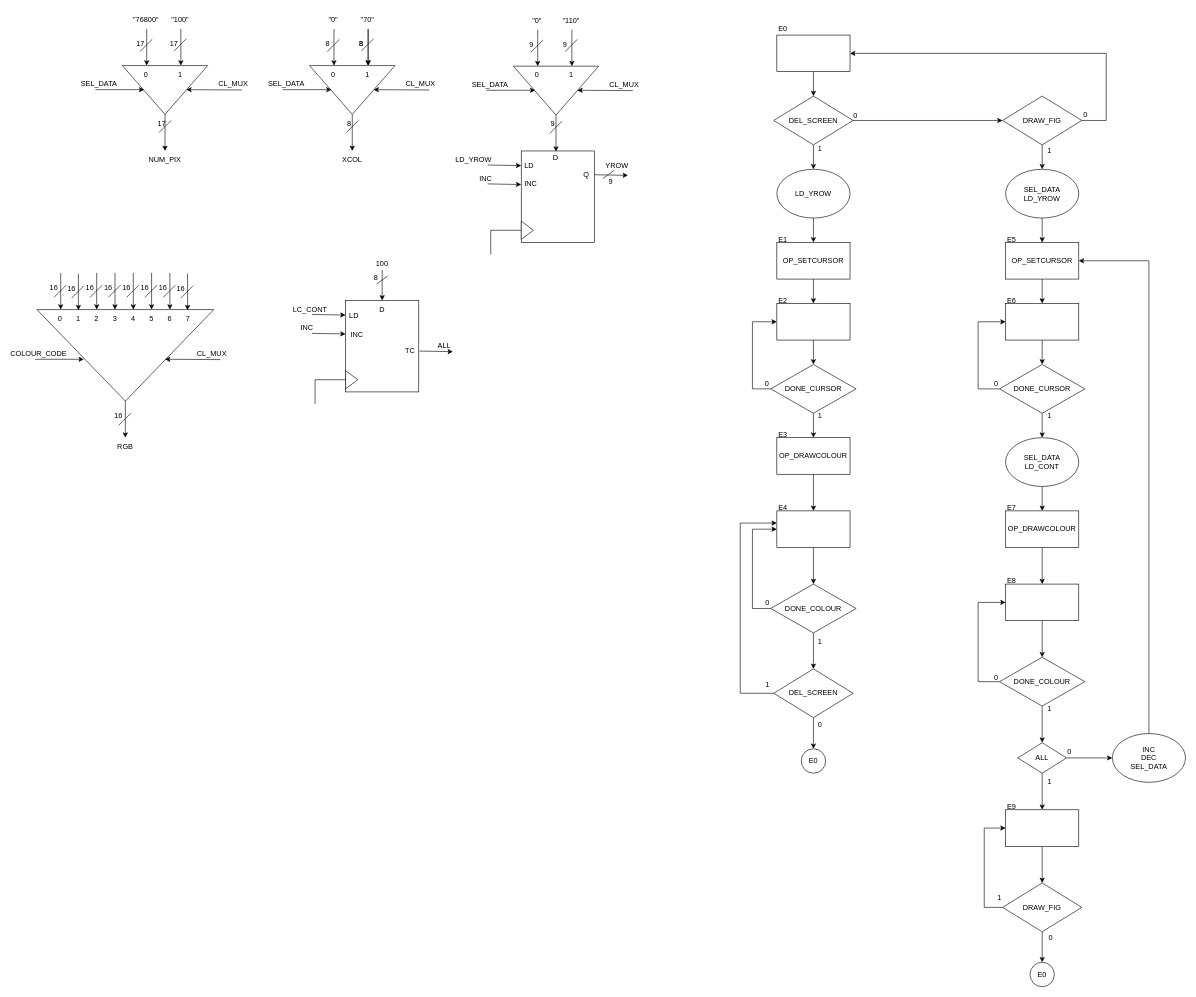
This is Grupo-C4/Proyecto/Documentación/LCD_DRAWING.drawio from AlexAgustin/Grupo-C4, a draw.io file, before an edit. Source tidied: cells renumbered, new cells numbered last; positions are measured from the earlier drawing's top-left corner, leaving out a move shared by most shapes. Both pictures are drawn from the tidied source at 61%, with x=0, y=0 at pixel (20, 10).
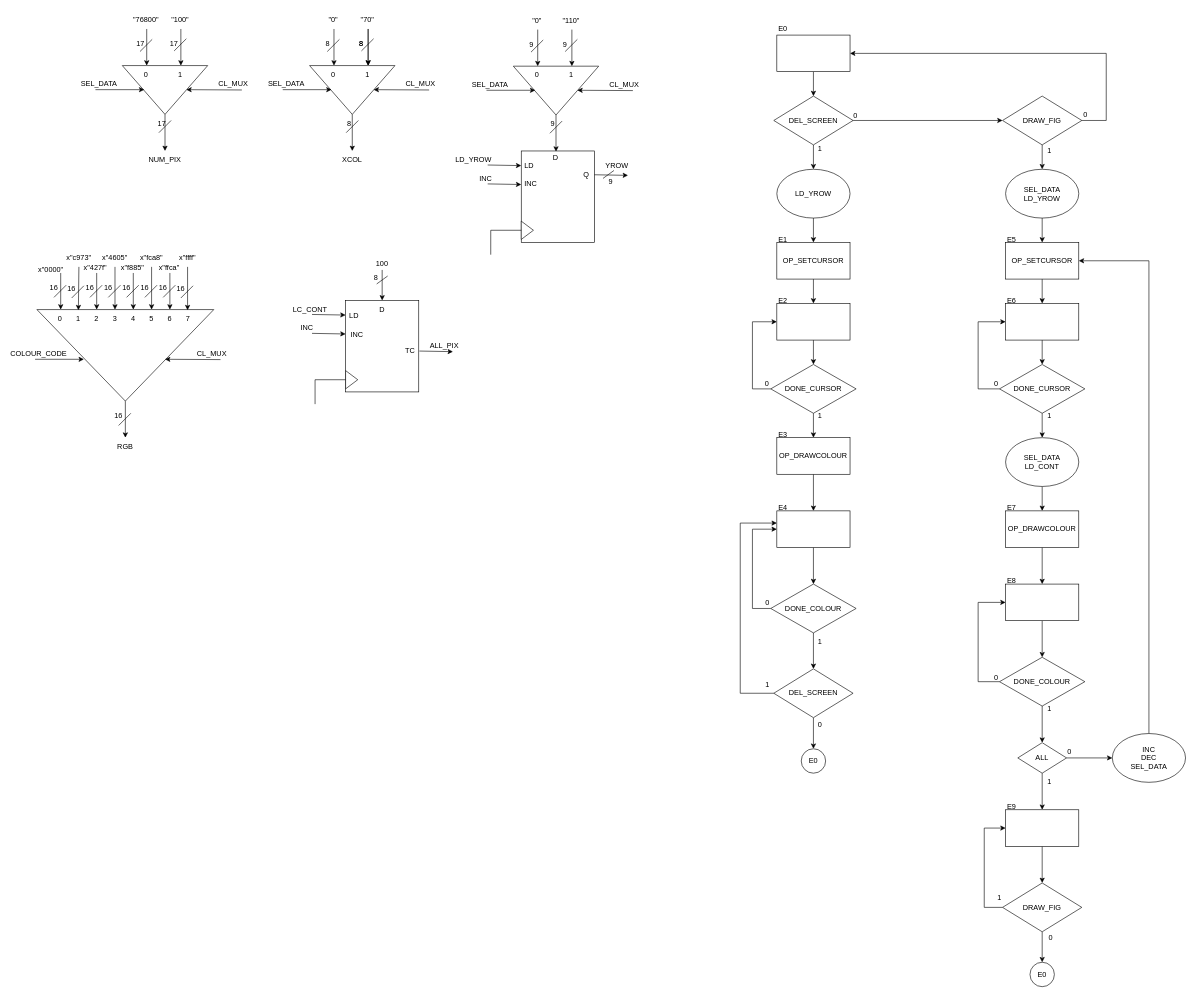
Above is the later version.

Commit message:
Colores especificados + cambio de nombre señal ALL

Change to the diagram source:
```diff
@@
-    <mxCell id="13" value="ALL" style="text;html=1;strokeColor=none;fillColor=none;align=center;verticalAlign=middle;whiteSpace=wrap;rounded=0;" parent="1" vertex="1">
+    <mxCell id="13" value="ALL_PIX" style="text;html=1;strokeColor=none;fillColor=none;align=center;verticalAlign=middle;whiteSpace=wrap;rounded=0;" parent="1" vertex="1">
       <mxGeometry x="665" y="535" width="60" height="30" as="geometry" />
     </mxCell>
@@
-    <mxCell id="99" style="endArrow=classic;html=1;rounded=0;" parent="1" edge="1">
+    <mxCell id="99" style="endArrow=classic;html=1;rounded=0;" parent="1" edge="1" source="210">
       <mxGeometry relative="1" as="geometry">
-        <mxPoint x="95" y="431" as="sourcePoint" />
         <mxPoint x="95" y="491" as="targetPoint" />
       </mxGeometry>
     </mxCell>
@@
-    <mxCell id="105" style="endArrow=classic;html=1;rounded=0;" parent="1" edge="1">
+    <mxCell id="105" style="endArrow=classic;html=1;rounded=0;" parent="1" edge="1" source="212">
       <mxGeometry relative="1" as="geometry">
-        <mxPoint x="155" y="430" as="sourcePoint" />
         <mxPoint x="155" y="490" as="targetPoint" />
       </mxGeometry>
     </mxCell>
@@
-    <mxCell id="111" style="endArrow=classic;html=1;rounded=0;" parent="1" edge="1">
+    <mxCell id="111" style="endArrow=classic;html=1;rounded=0;" parent="1" edge="1" source="214">
       <mxGeometry relative="1" as="geometry">
-        <mxPoint x="215" y="430" as="sourcePoint" />
         <mxPoint x="215" y="490" as="targetPoint" />
       </mxGeometry>
     </mxCell>
@@
-    <mxCell id="117" style="endArrow=classic;html=1;rounded=0;" parent="1" edge="1">
+    <mxCell id="117" style="endArrow=classic;html=1;rounded=0;" parent="1" edge="1" source="216">
       <mxGeometry relative="1" as="geometry">
-        <mxPoint x="274" y="431" as="sourcePoint" />
         <mxPoint x="274" y="491" as="targetPoint" />
       </mxGeometry>
     </mxCell>
@@
+    <mxCell id="209" value="x&quot;0000&quot;" style="text;html=1;strokeColor=none;fillColor=none;align=center;verticalAlign=middle;whiteSpace=wrap;rounded=0;" parent="1" vertex="1">
+      <mxGeometry x="20" y="410" width="60" height="30" as="geometry" />
+    </mxCell>
+    <mxCell id="210" value="x&quot;c973&quot;" style="text;html=1;strokeColor=none;fillColor=none;align=center;verticalAlign=middle;whiteSpace=wrap;rounded=0;" parent="1" vertex="1">
+      <mxGeometry x="66" y="390" width="60" height="30" as="geometry" />
+    </mxCell>
+    <mxCell id="211" value="x&quot;427f&quot;" style="text;html=1;strokeColor=none;fillColor=none;align=center;verticalAlign=middle;whiteSpace=wrap;rounded=0;" parent="1" vertex="1">
+      <mxGeometry x="93" y="407" width="60" height="30" as="geometry" />
+    </mxCell>
+    <mxCell id="212" value="x&quot;4605&quot;" style="text;html=1;strokeColor=none;fillColor=none;align=center;verticalAlign=middle;whiteSpace=wrap;rounded=0;" parent="1" vertex="1">
+      <mxGeometry x="125" y="390" width="60" height="30" as="geometry" />
+    </mxCell>
+    <mxCell id="213" value="x&quot;f885&quot;" style="text;html=1;strokeColor=none;fillColor=none;align=center;verticalAlign=middle;whiteSpace=wrap;rounded=0;" parent="1" vertex="1">
+      <mxGeometry x="154" y="407" width="60" height="30" as="geometry" />
+    </mxCell>
+    <mxCell id="214" value="x&quot;fca8&quot;" style="text;html=1;strokeColor=none;fillColor=none;align=center;verticalAlign=middle;whiteSpace=wrap;rounded=0;" parent="1" vertex="1">
+      <mxGeometry x="185" y="390" width="60" height="30" as="geometry" />
+    </mxCell>
+    <mxCell id="215" value="x&quot;ffca&quot;" style="text;html=1;strokeColor=none;fillColor=none;align=center;verticalAlign=middle;whiteSpace=wrap;rounded=0;" parent="1" vertex="1">
+      <mxGeometry x="214" y="407" width="60" height="30" as="geometry" />
+    </mxCell>
+    <mxCell id="216" value="x&quot;ffff&quot;" style="text;html=1;strokeColor=none;fillColor=none;align=center;verticalAlign=middle;whiteSpace=wrap;rounded=0;" parent="1" vertex="1">
+      <mxGeometry x="244" y="390" width="60" height="30" as="geometry" />
+    </mxCell>
```
